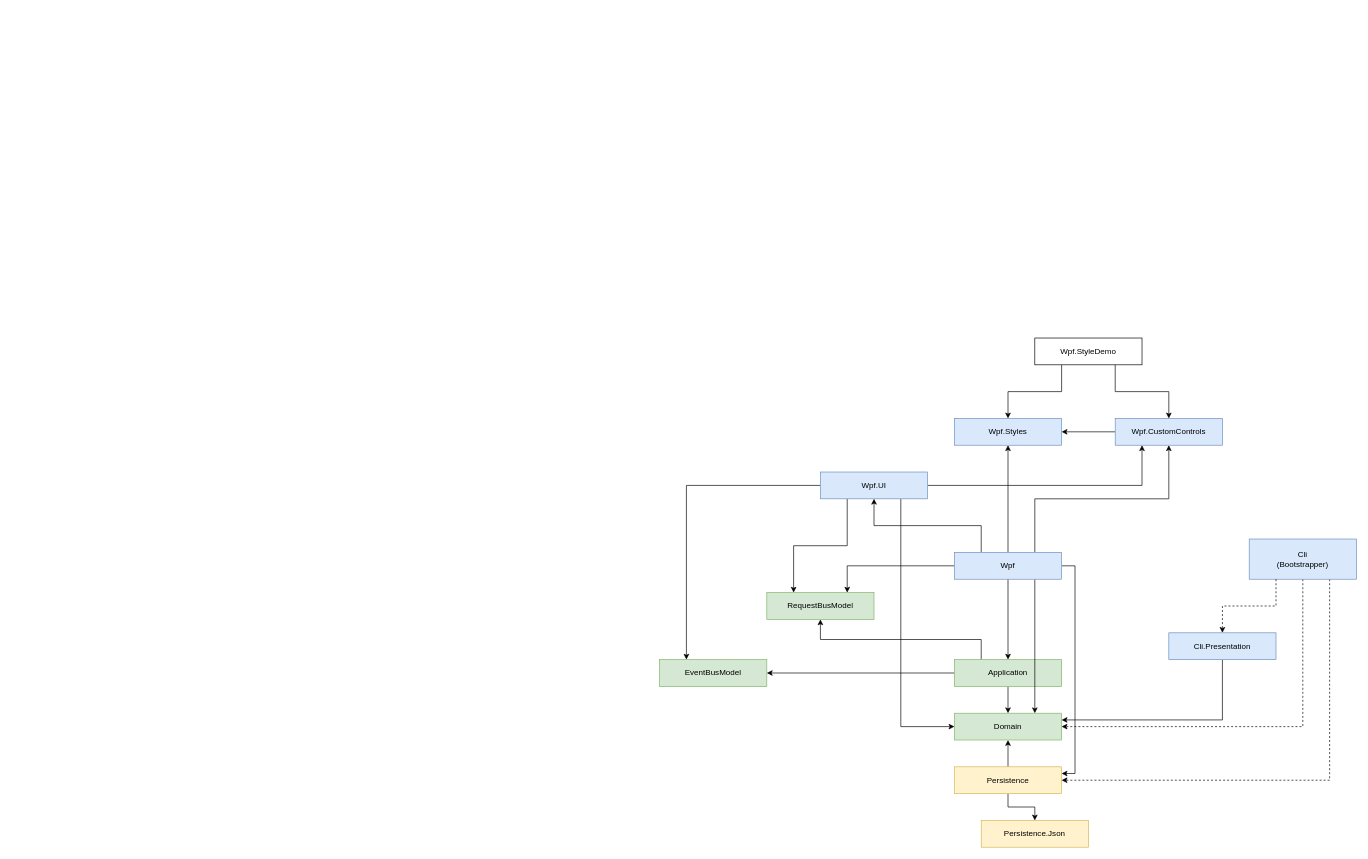
This is doc/architecture.drawio from lastunicorn/MedicX, a draw.io file, before an edit. Source tidied: cells renumbered, new cells numbered last; positions are measured from the earlier drawing's top-left corner, leaving out a move shared by most shapes. Both pictures are drawn from the tidied source at 67%, with x=0, y=0 at pixel (659, 338).
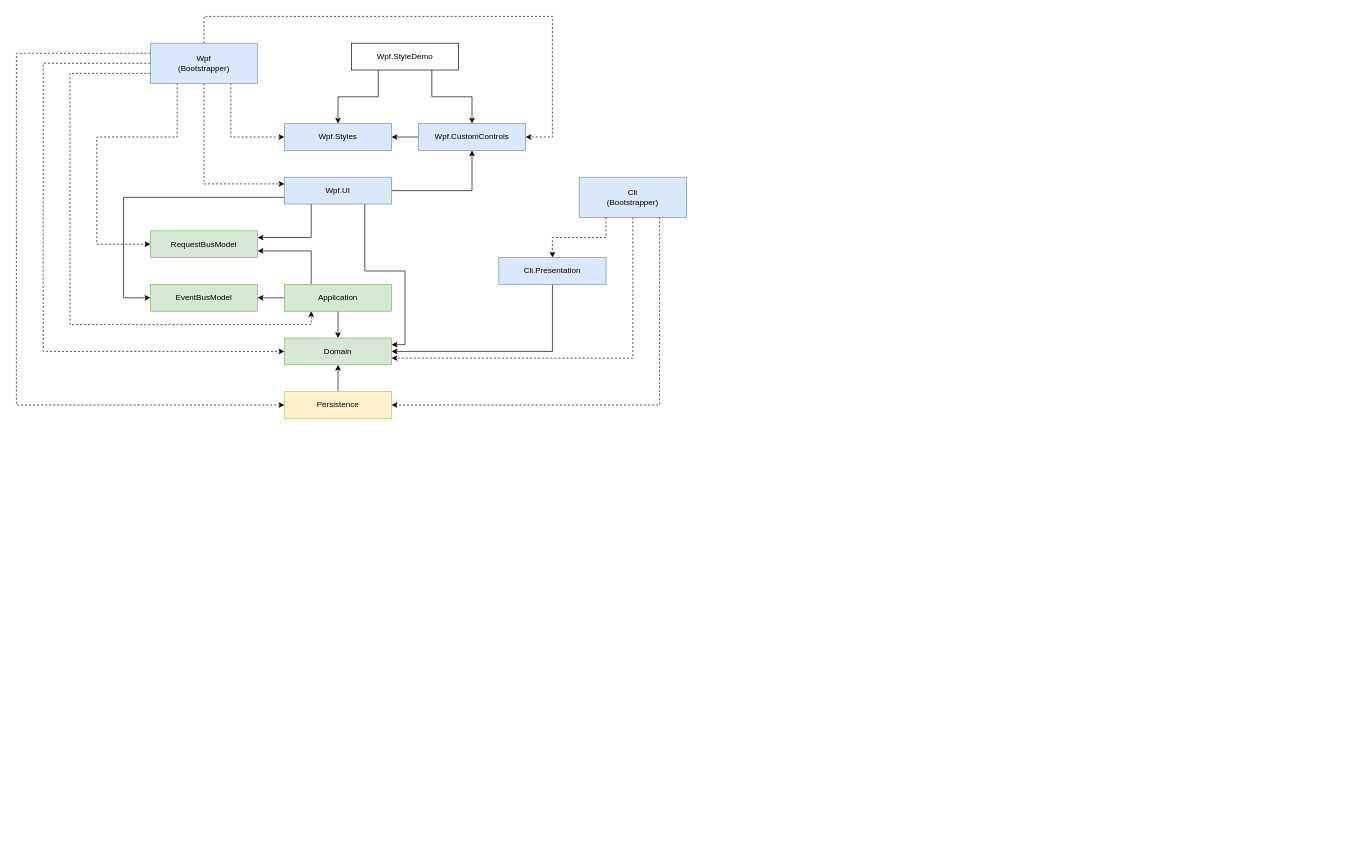
The same diagram, later.

What changed in the source:
```diff
@@
-    <mxCell id="2" style="edgeStyle=orthogonalEdgeStyle;rounded=0;jettySize=auto;html=1;entryX=0.5;entryY=0;entryDx=0;entryDy=0;exitX=0.5;exitY=1;exitDx=0;exitDy=0;" parent="1" edge="1" source="4" target="5">
-      <mxGeometry relative="1" as="geometry" />
-    </mxCell>
@@
     <mxCell id="4" value="Persistence" style="rounded=0;whiteSpace=wrap;html=1;fillColor=#fff2cc;strokeColor=#d6b656;" parent="1" vertex="1">
-      <mxGeometry x="440" y="640" width="160" height="40" as="geometry" />
+      <mxGeometry x="-560" y="80" width="160" height="40" as="geometry" />
     </mxCell>
-    <mxCell id="5" value="Persistence.Json" style="rounded=0;whiteSpace=wrap;html=1;fillColor=#fff2cc;strokeColor=#d6b656;" parent="1" vertex="1">
-      <mxGeometry x="480" y="720" width="160" height="40" as="geometry" />
-    </mxCell>
     <mxCell id="6" value="Domain" style="rounded=0;whiteSpace=wrap;html=1;fillColor=#d5e8d4;strokeColor=#82b366;" parent="1" vertex="1">
-      <mxGeometry x="440" y="560" width="160" height="40" as="geometry" />
+      <mxGeometry x="-560" width="160" height="40" as="geometry" />
     </mxCell>
     <mxCell id="7" value="EventBusModel" style="rounded=0;whiteSpace=wrap;html=1;fillColor=#d5e8d4;strokeColor=#82b366;" parent="1" vertex="1">
-      <mxGeometry y="480" width="160" height="40" as="geometry" />
+      <mxGeometry x="-760" y="-80" width="160" height="40" as="geometry" />
     </mxCell>
     <mxCell id="8" value="RequestBusModel" style="rounded=0;whiteSpace=wrap;html=1;fillColor=#d5e8d4;strokeColor=#82b366;" parent="1" vertex="1">
-      <mxGeometry x="160" y="380" width="160" height="40" as="geometry" />
+      <mxGeometry x="-760" y="-160" width="160" height="40" as="geometry" />
     </mxCell>
@@
-    <mxCell id="10" style="edgeStyle=orthogonalEdgeStyle;rounded=0;jettySize=auto;html=1;exitX=0.25;exitY=0;exitDx=0;exitDy=0;entryX=0.5;entryY=1;entryDx=0;entryDy=0;" parent="1" edge="1" source="12" target="8">
+    <mxCell id="10" style="edgeStyle=orthogonalEdgeStyle;rounded=0;jettySize=auto;html=1;exitX=0.25;exitY=0;exitDx=0;exitDy=0;entryX=1;entryY=0.75;entryDx=0;entryDy=0;" parent="1" edge="1" source="12" target="8">
       <mxGeometry relative="1" as="geometry" />
     </mxCell>
@@
     <mxCell id="12" value="Application" style="rounded=0;whiteSpace=wrap;html=1;fillColor=#d5e8d4;strokeColor=#82b366;" parent="1" vertex="1">
-      <mxGeometry x="440" y="480" width="160" height="40" as="geometry" />
+      <mxGeometry x="-560" y="-80" width="160" height="40" as="geometry" />
     </mxCell>
-    <mxCell id="13" style="edgeStyle=orthogonalEdgeStyle;rounded=0;jettySize=auto;html=1;exitX=0.5;exitY=1;exitDx=0;exitDy=0;entryX=1;entryY=0.5;entryDx=0;entryDy=0;dashed=1;" parent="1" edge="1" source="15" target="6">
+    <mxCell id="13" style="edgeStyle=orthogonalEdgeStyle;rounded=0;jettySize=auto;html=1;exitX=0.5;exitY=1;exitDx=0;exitDy=0;entryX=1;entryY=0.75;entryDx=0;entryDy=0;dashed=1;" parent="1" edge="1" source="15" target="6">
       <mxGeometry relative="1" as="geometry" />
     </mxCell>
@@
     <mxCell id="15" value="Cli&lt;br&gt;(Bootstrapper)" style="rounded=0;whiteSpace=wrap;html=1;fillColor=#dae8fc;strokeColor=#6c8ebf;" parent="1" vertex="1">
-      <mxGeometry x="880" y="300" width="160" height="60" as="geometry" />
+      <mxGeometry x="-120" y="-240" width="160" height="60" as="geometry" />
     </mxCell>
-    <mxCell id="16" style="edgeStyle=orthogonalEdgeStyle;rounded=0;jettySize=auto;html=1;exitX=0.5;exitY=1;exitDx=0;exitDy=0;entryX=0.5;entryY=0;entryDx=0;entryDy=0;" parent="1" edge="1" source="23" target="12">
-      <mxGeometry relative="1" as="geometry" />
+    <mxCell id="16" style="edgeStyle=orthogonalEdgeStyle;rounded=0;jettySize=auto;html=1;exitX=0;exitY=0.75;exitDx=0;exitDy=0;entryX=0.25;entryY=1;entryDx=0;entryDy=0;dashed=1;" parent="1" edge="1" source="23" target="12">
+      <mxGeometry relative="1" as="geometry">
+        <Array as="points">
+          <mxPoint x="-880" y="-395" />
+          <mxPoint x="-880" y="-20" />
+          <mxPoint x="-520" y="-20" />
+        </Array>
+      </mxGeometry>
     </mxCell>
-    <mxCell id="17" style="edgeStyle=orthogonalEdgeStyle;rounded=0;jettySize=auto;html=1;exitX=0.75;exitY=1;exitDx=0;exitDy=0;entryX=0.75;entryY=0;entryDx=0;entryDy=0;" parent="1" edge="1" source="23" target="6">
-      <mxGeometry relative="1" as="geometry" />
+    <mxCell id="17" style="edgeStyle=orthogonalEdgeStyle;rounded=0;jettySize=auto;html=1;exitX=0;exitY=0.5;exitDx=0;exitDy=0;entryX=0;entryY=0.5;entryDx=0;entryDy=0;dashed=1;" parent="1" edge="1" source="23" target="6">
+      <mxGeometry relative="1" as="geometry">
+        <Array as="points">
+          <mxPoint x="-920" y="-410" />
+          <mxPoint x="-920" y="20" />
+        </Array>
+      </mxGeometry>
     </mxCell>
-    <mxCell id="18" style="edgeStyle=orthogonalEdgeStyle;rounded=0;jettySize=auto;html=1;exitX=1;exitY=0.5;exitDx=0;exitDy=0;entryX=1;entryY=0.25;entryDx=0;entryDy=0;" parent="1" edge="1" source="23" target="4">
-      <mxGeometry relative="1" as="geometry" />
+    <mxCell id="18" style="edgeStyle=orthogonalEdgeStyle;rounded=0;jettySize=auto;html=1;exitX=0;exitY=0.25;exitDx=0;exitDy=0;entryX=0;entryY=0.5;entryDx=0;entryDy=0;dashed=1;" parent="1" edge="1" source="23" target="4">
+      <mxGeometry relative="1" as="geometry">
+        <Array as="points">
+          <mxPoint x="-960" y="-425" />
+          <mxPoint x="-960" y="100" />
+        </Array>
+      </mxGeometry>
     </mxCell>
-    <mxCell id="19" style="edgeStyle=orthogonalEdgeStyle;rounded=0;jettySize=auto;html=1;exitX=0;exitY=0.5;exitDx=0;exitDy=0;entryX=0.75;entryY=0;entryDx=0;entryDy=0;" parent="1" edge="1" source="23" target="8">
-      <mxGeometry relative="1" as="geometry" />
+    <mxCell id="19" style="edgeStyle=orthogonalEdgeStyle;rounded=0;jettySize=auto;html=1;exitX=0.25;exitY=1;exitDx=0;exitDy=0;entryX=0;entryY=0.5;entryDx=0;entryDy=0;dashed=1;" parent="1" edge="1" source="23" target="8">
+      <mxGeometry relative="1" as="geometry">
+        <Array as="points">
+          <mxPoint x="-720" y="-300" />
+          <mxPoint x="-840" y="-300" />
+          <mxPoint x="-840" y="-140" />
+        </Array>
+      </mxGeometry>
     </mxCell>
-    <mxCell id="20" style="edgeStyle=orthogonalEdgeStyle;rounded=0;jettySize=auto;html=1;exitX=0.75;exitY=0;exitDx=0;exitDy=0;entryX=0.5;entryY=1;entryDx=0;entryDy=0;" parent="1" edge="1" source="23" target="25">
-      <mxGeometry relative="1" as="geometry" />
+    <mxCell id="20" style="edgeStyle=orthogonalEdgeStyle;rounded=0;jettySize=auto;html=1;exitX=0.5;exitY=0;exitDx=0;exitDy=0;entryX=1;entryY=0.5;entryDx=0;entryDy=0;dashed=1;" parent="1" edge="1" source="23" target="25">
+      <mxGeometry relative="1" as="geometry">
+        <Array as="points">
+          <mxPoint x="-680" y="-480" />
+          <mxPoint x="-160" y="-480" />
+          <mxPoint x="-160" y="-300" />
+        </Array>
+      </mxGeometry>
     </mxCell>
-    <mxCell id="21" style="edgeStyle=orthogonalEdgeStyle;rounded=0;jettySize=auto;html=1;exitX=0.5;exitY=0;exitDx=0;exitDy=0;entryX=0.5;entryY=1;entryDx=0;entryDy=0;" parent="1" edge="1" source="23" target="26">
+    <mxCell id="21" style="edgeStyle=orthogonalEdgeStyle;rounded=0;jettySize=auto;html=1;exitX=0.75;exitY=1;exitDx=0;exitDy=0;entryX=0;entryY=0.5;entryDx=0;entryDy=0;dashed=1;" parent="1" edge="1" source="23" target="26">
       <mxGeometry relative="1" as="geometry" />
     </mxCell>
-    <mxCell id="22" style="edgeStyle=orthogonalEdgeStyle;rounded=0;jettySize=auto;html=1;exitX=0.25;exitY=0;exitDx=0;exitDy=0;entryX=0.5;entryY=1;entryDx=0;entryDy=0;" parent="1" edge="1" source="23" target="31">
+    <mxCell id="22" style="edgeStyle=orthogonalEdgeStyle;rounded=0;jettySize=auto;html=1;exitX=0.5;exitY=1;exitDx=0;exitDy=0;entryX=0;entryY=0.25;entryDx=0;entryDy=0;dashed=1;" parent="1" edge="1" source="23" target="31">
       <mxGeometry relative="1" as="geometry" />
     </mxCell>
-    <mxCell id="23" value="Wpf" style="rounded=0;whiteSpace=wrap;html=1;fillColor=#dae8fc;strokeColor=#6c8ebf;" parent="1" vertex="1">
-      <mxGeometry x="440" y="320" width="160" height="40" as="geometry" />
+    <mxCell id="23" value="Wpf&lt;br&gt;(Bootstrapper)" style="rounded=0;whiteSpace=wrap;html=1;fillColor=#dae8fc;strokeColor=#6c8ebf;" parent="1" vertex="1">
+      <mxGeometry x="-760" y="-440" width="160" height="60" as="geometry" />
     </mxCell>
@@
     <mxCell id="25" value="Wpf.CustomControls" style="rounded=0;whiteSpace=wrap;html=1;fillColor=#dae8fc;strokeColor=#6c8ebf;" parent="1" vertex="1">
-      <mxGeometry x="680" y="120" width="160" height="40" as="geometry" />
+      <mxGeometry x="-360" y="-320" width="160" height="40" as="geometry" />
     </mxCell>
     <mxCell id="26" value="Wpf.Styles" style="rounded=0;whiteSpace=wrap;html=1;fillColor=#dae8fc;strokeColor=#6c8ebf;" parent="1" vertex="1">
-      <mxGeometry x="440" y="120" width="160" height="40" as="geometry" />
+      <mxGeometry x="-560" y="-320" width="160" height="40" as="geometry" />
     </mxCell>
-    <mxCell id="27" style="edgeStyle=orthogonalEdgeStyle;rounded=0;jettySize=auto;html=1;exitX=0;exitY=0.5;exitDx=0;exitDy=0;entryX=0.25;entryY=0;entryDx=0;entryDy=0;" parent="1" edge="1" source="31" target="7">
-      <mxGeometry relative="1" as="geometry" />
+    <mxCell id="27" style="edgeStyle=orthogonalEdgeStyle;rounded=0;jettySize=auto;html=1;entryX=0;entryY=0.5;entryDx=0;entryDy=0;exitX=0;exitY=0.75;exitDx=0;exitDy=0;" parent="1" edge="1" source="31" target="7">
+      <mxGeometry relative="1" as="geometry">
+        <Array as="points">
+          <mxPoint x="-800" y="-210" />
+          <mxPoint x="-800" y="-60" />
+        </Array>
+      </mxGeometry>
     </mxCell>
-    <mxCell id="28" style="edgeStyle=orthogonalEdgeStyle;rounded=0;jettySize=auto;html=1;exitX=0.25;exitY=1;exitDx=0;exitDy=0;entryX=0.25;entryY=0;entryDx=0;entryDy=0;" parent="1" edge="1" source="31" target="8">
+    <mxCell id="28" style="edgeStyle=orthogonalEdgeStyle;rounded=0;jettySize=auto;html=1;exitX=0.25;exitY=1;exitDx=0;exitDy=0;entryX=1;entryY=0.25;entryDx=0;entryDy=0;" parent="1" edge="1" source="31" target="8">
       <mxGeometry relative="1" as="geometry" />
     </mxCell>
-    <mxCell id="29" style="edgeStyle=orthogonalEdgeStyle;rounded=0;jettySize=auto;html=1;exitX=0.75;exitY=1;exitDx=0;exitDy=0;entryX=0;entryY=0.5;entryDx=0;entryDy=0;" parent="1" edge="1" source="31" target="6">
+    <mxCell id="29" style="edgeStyle=orthogonalEdgeStyle;rounded=0;jettySize=auto;html=1;exitX=0.75;exitY=1;exitDx=0;exitDy=0;entryX=1;entryY=0.25;entryDx=0;entryDy=0;" parent="1" edge="1" source="31" target="6">
       <mxGeometry relative="1" as="geometry" />
     </mxCell>
-    <mxCell id="30" style="edgeStyle=orthogonalEdgeStyle;rounded=0;jettySize=auto;html=1;exitX=1;exitY=0.5;exitDx=0;exitDy=0;entryX=0.25;entryY=1;entryDx=0;entryDy=0;" parent="1" edge="1" source="31" target="25">
+    <mxCell id="30" style="edgeStyle=orthogonalEdgeStyle;rounded=0;jettySize=auto;html=1;exitX=1;exitY=0.5;exitDx=0;exitDy=0;entryX=0.5;entryY=1;entryDx=0;entryDy=0;" parent="1" edge="1" source="31" target="25">
       <mxGeometry relative="1" as="geometry" />
     </mxCell>
     <mxCell id="31" value="Wpf.UI" style="rounded=0;whiteSpace=wrap;html=1;fillColor=#dae8fc;strokeColor=#6c8ebf;" parent="1" vertex="1">
-      <mxGeometry x="240" y="200" width="160" height="40" as="geometry" />
+      <mxGeometry x="-560" y="-240" width="160" height="40" as="geometry" />
     </mxCell>
@@
     <mxCell id="34" value="Wpf.StyleDemo" style="rounded=0;whiteSpace=wrap;html=1;" parent="1" vertex="1">
-      <mxGeometry x="560" width="160" height="40" as="geometry" />
+      <mxGeometry x="-460" y="-440" width="160" height="40" as="geometry" />
     </mxCell>
-    <mxCell id="35" style="edgeStyle=orthogonalEdgeStyle;rounded=0;jettySize=auto;html=1;exitX=0.5;exitY=1;exitDx=0;exitDy=0;entryX=1;entryY=0.25;entryDx=0;entryDy=0;" parent="1" edge="1" source="36" target="6">
+    <mxCell id="35" style="edgeStyle=orthogonalEdgeStyle;rounded=0;jettySize=auto;html=1;exitX=0.5;exitY=1;exitDx=0;exitDy=0;entryX=1;entryY=0.5;entryDx=0;entryDy=0;" parent="1" edge="1" source="36" target="6">
       <mxGeometry relative="1" as="geometry" />
     </mxCell>
     <mxCell id="36" value="Cli.Presentation" style="rounded=0;whiteSpace=wrap;html=1;fillColor=#dae8fc;strokeColor=#6c8ebf;" parent="1" vertex="1">
-      <mxGeometry x="760" y="440" width="160" height="40" as="geometry" />
+      <mxGeometry x="-240" y="-120" width="160" height="40" as="geometry" />
     </mxCell>
```
